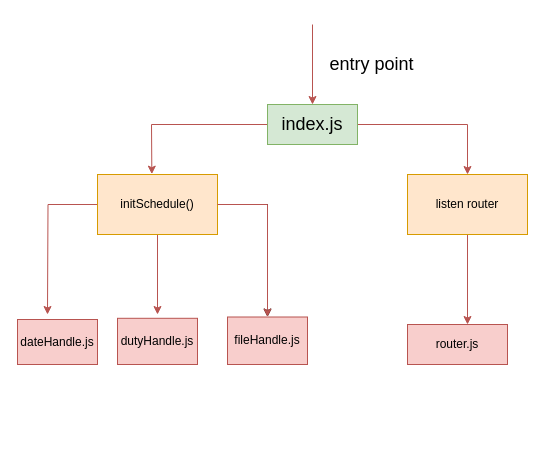
This is page "duty-remind" (5 of 5) of Untitled Diagram.drawio from tanqq1/graduationProject, a draw.io file, before an edit. Source tidied: cells renumbered, new cells numbered last; positions are measured from the earlier drawing's top-left corner, leaving out a move shared by most shapes. Both pictures are drawn from the tidied source at 100%, with x=0, y=0 at pixel (17, 24).
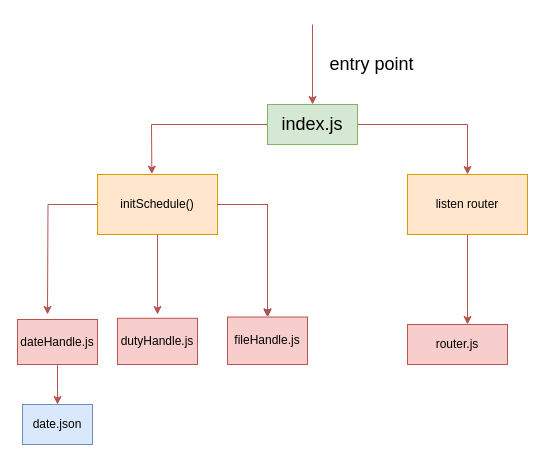
The same page after the edit.

The change refers to these unchanged cells:
```xml
<mxCell id="15" value="dateHandle.js" style="rounded=0;whiteSpace=wrap;html=1;fillColor=#f8cecc;strokeColor=#b85450;" parent="1" vertex="1">
  <mxGeometry y="295" width="80" height="45" as="geometry" />
</mxCell>
```

The edit, as a diff of the source:
```diff
@@
+    <mxCell id="18" style="edgeStyle=orthogonalEdgeStyle;rounded=0;jettySize=auto;html=1;entryX=0.5;entryY=0;entryDx=0;entryDy=0;fillColor=#f8cecc;strokeColor=#b85450;" parent="1" edge="1" source="15" target="19">
+      <mxGeometry relative="1" as="geometry" />
+    </mxCell>
@@
+    <mxCell id="19" value="date.json" style="rounded=0;whiteSpace=wrap;html=1;fillColor=#dae8fc;strokeColor=#6c8ebf;" parent="1" vertex="1">
+      <mxGeometry x="5" y="380" width="70" height="40" as="geometry" />
+    </mxCell>
```
